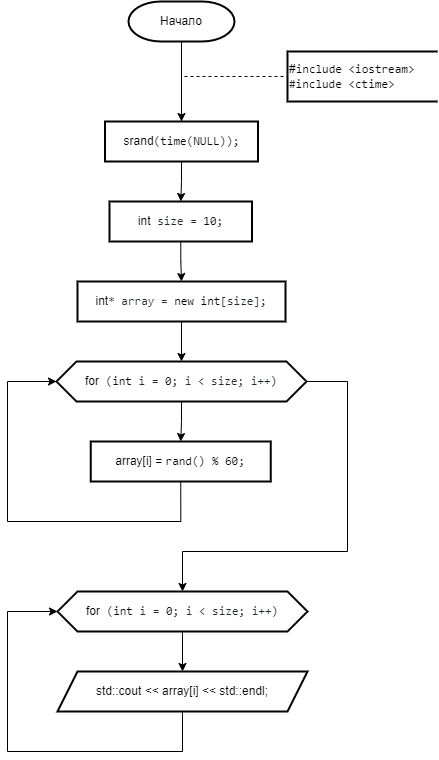
Earlier version of the draw.io export Labs/4 Лаба/№2 Работа с одномерными массивами.png (IlyaFedoseev227/LABS-PNRPU-IVT-22-1b). Source tidied: cells renumbered, new cells last; positions are measured from the earlier drawing's top-left corner, leaving out a move shared by most shapes.
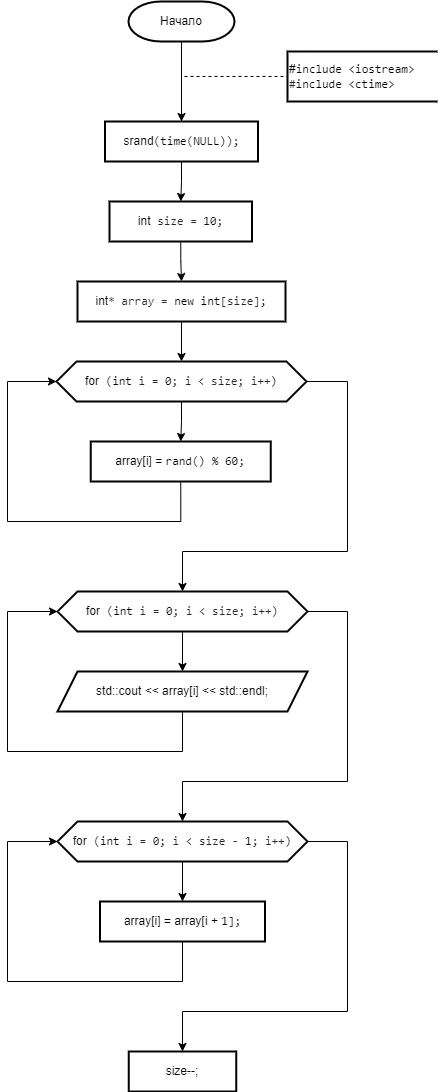
Above is the later version.

Change to the diagram source:
```diff
@@ -66,6 +66,15 @@
     <mxCell id="17" style="edgeStyle=orthogonalEdgeStyle;rounded=0;jettySize=auto;html=1;exitX=0.5;exitY=1;exitDx=0;exitDy=0;entryX=0.5;entryY=0;entryDx=0;entryDy=0;" parent="1" edge="1" source="18" target="20">
       <mxGeometry relative="1" as="geometry" />
     </mxCell>
+    <mxCell id="21" style="edgeStyle=orthogonalEdgeStyle;rounded=0;jettySize=auto;html=1;exitX=1;exitY=0.5;exitDx=0;exitDy=0;" parent="1" edge="1" source="18" target="24">
+      <mxGeometry relative="1" as="geometry">
+        <Array as="points">
+          <mxPoint x="340" y="610" />
+          <mxPoint x="340" y="780" />
+          <mxPoint x="175" y="780" />
+        </Array>
+      </mxGeometry>
+    </mxCell>
     <mxCell id="18" value="for&lt;span style=&quot;color: rgb(36, 41, 47); font-family: ui-monospace, SFMono-Regular, &amp;quot;SF Mono&amp;quot;, Menlo, Consolas, &amp;quot;Liberation Mono&amp;quot;, monospace; text-align: start; background-color: rgb(255, 255, 255);&quot;&gt; (&lt;/span&gt;&lt;span style=&quot;box-sizing: border-box; color: var(--color-prettylights-syntax-keyword); font-family: ui-monospace, SFMono-Regular, &amp;quot;SF Mono&amp;quot;, Menlo, Consolas, &amp;quot;Liberation Mono&amp;quot;, monospace; text-align: start; background-color: rgb(255, 255, 255);&quot; class=&quot;pl-k&quot;&gt;int&lt;/span&gt;&lt;span style=&quot;color: rgb(36, 41, 47); font-family: ui-monospace, SFMono-Regular, &amp;quot;SF Mono&amp;quot;, Menlo, Consolas, &amp;quot;Liberation Mono&amp;quot;, monospace; text-align: start; background-color: rgb(255, 255, 255);&quot;&gt; i = &lt;/span&gt;&lt;span style=&quot;box-sizing: border-box; color: var(--color-prettylights-syntax-constant); font-family: ui-monospace, SFMono-Regular, &amp;quot;SF Mono&amp;quot;, Menlo, Consolas, &amp;quot;Liberation Mono&amp;quot;, monospace; text-align: start; background-color: rgb(255, 255, 255);&quot; class=&quot;pl-c1&quot;&gt;0&lt;/span&gt;&lt;span style=&quot;color: rgb(36, 41, 47); font-family: ui-monospace, SFMono-Regular, &amp;quot;SF Mono&amp;quot;, Menlo, Consolas, &amp;quot;Liberation Mono&amp;quot;, monospace; text-align: start; background-color: rgb(255, 255, 255);&quot;&gt;; i &amp;lt; size; i++)&lt;/span&gt;" style="shape=hexagon;perimeter=hexagonPerimeter2;whiteSpace=wrap;html=1;fixedSize=1;strokeWidth=2;" parent="1" vertex="1">
       <mxGeometry x="50" y="590" width="250" height="40" as="geometry" />
     </mxCell>
@@ -81,5 +90,35 @@
     <mxCell id="20" value="&lt;div style=&quot;text-align: start;&quot;&gt;std::cout &amp;lt;&amp;lt; array[i] &amp;lt;&amp;lt; std::endl;&lt;br&gt;&lt;/div&gt;" style="shape=parallelogram;perimeter=parallelogramPerimeter;whiteSpace=wrap;html=1;fixedSize=1;strokeWidth=2;size=20;" parent="1" vertex="1">
       <mxGeometry x="50" y="670" width="250" height="40" as="geometry" />
     </mxCell>
+    <mxCell id="22" style="edgeStyle=orthogonalEdgeStyle;rounded=0;jettySize=auto;html=1;exitX=0.5;exitY=1;exitDx=0;exitDy=0;entryX=0.5;entryY=0;entryDx=0;entryDy=0;" parent="1" edge="1" source="24" target="26">
+      <mxGeometry relative="1" as="geometry" />
+    </mxCell>
+    <mxCell id="23" style="edgeStyle=orthogonalEdgeStyle;rounded=0;jettySize=auto;html=1;exitX=1;exitY=0.5;exitDx=0;exitDy=0;entryX=0.5;entryY=0;entryDx=0;entryDy=0;" parent="1" edge="1" source="24" target="27">
+      <mxGeometry relative="1" as="geometry">
+        <Array as="points">
+          <mxPoint x="340" y="840" />
+          <mxPoint x="340" y="1010" />
+          <mxPoint x="175" y="1010" />
+        </Array>
+      </mxGeometry>
+    </mxCell>
+    <mxCell id="24" value="for&lt;span style=&quot;color: rgb(36, 41, 47); font-family: ui-monospace, SFMono-Regular, &amp;quot;SF Mono&amp;quot;, Menlo, Consolas, &amp;quot;Liberation Mono&amp;quot;, monospace; text-align: start; background-color: rgb(255, 255, 255);&quot;&gt; (&lt;/span&gt;&lt;span style=&quot;box-sizing: border-box; color: var(--color-prettylights-syntax-keyword); font-family: ui-monospace, SFMono-Regular, &amp;quot;SF Mono&amp;quot;, Menlo, Consolas, &amp;quot;Liberation Mono&amp;quot;, monospace; text-align: start; background-color: rgb(255, 255, 255);&quot; class=&quot;pl-k&quot;&gt;int&lt;/span&gt;&lt;span style=&quot;color: rgb(36, 41, 47); font-family: ui-monospace, SFMono-Regular, &amp;quot;SF Mono&amp;quot;, Menlo, Consolas, &amp;quot;Liberation Mono&amp;quot;, monospace; text-align: start; background-color: rgb(255, 255, 255);&quot;&gt; i = &lt;/span&gt;&lt;span style=&quot;box-sizing: border-box; color: var(--color-prettylights-syntax-constant); font-family: ui-monospace, SFMono-Regular, &amp;quot;SF Mono&amp;quot;, Menlo, Consolas, &amp;quot;Liberation Mono&amp;quot;, monospace; text-align: start; background-color: rgb(255, 255, 255);&quot; class=&quot;pl-c1&quot;&gt;0&lt;/span&gt;&lt;span style=&quot;color: rgb(36, 41, 47); font-family: ui-monospace, SFMono-Regular, &amp;quot;SF Mono&amp;quot;, Menlo, Consolas, &amp;quot;Liberation Mono&amp;quot;, monospace; text-align: start; background-color: rgb(255, 255, 255);&quot;&gt;; i &amp;lt; size - &lt;/span&gt;&lt;span style=&quot;box-sizing: border-box; color: var(--color-prettylights-syntax-constant); font-family: ui-monospace, SFMono-Regular, &amp;quot;SF Mono&amp;quot;, Menlo, Consolas, &amp;quot;Liberation Mono&amp;quot;, monospace; text-align: start; background-color: rgb(255, 255, 255);&quot; class=&quot;pl-c1&quot;&gt;1&lt;/span&gt;&lt;span style=&quot;color: rgb(36, 41, 47); font-family: ui-monospace, SFMono-Regular, &amp;quot;SF Mono&amp;quot;, Menlo, Consolas, &amp;quot;Liberation Mono&amp;quot;, monospace; text-align: start; background-color: rgb(255, 255, 255);&quot;&gt;; i++)&lt;/span&gt;" style="shape=hexagon;perimeter=hexagonPerimeter2;whiteSpace=wrap;html=1;fixedSize=1;strokeWidth=2;" parent="1" vertex="1">
+      <mxGeometry x="50" y="820" width="250" height="40" as="geometry" />
+    </mxCell>
+    <mxCell id="25" style="edgeStyle=orthogonalEdgeStyle;rounded=0;jettySize=auto;html=1;exitX=0.5;exitY=1;exitDx=0;exitDy=0;entryX=0;entryY=0.5;entryDx=0;entryDy=0;" parent="1" edge="1" source="26" target="24">
+      <mxGeometry relative="1" as="geometry">
+        <Array as="points">
+          <mxPoint x="175" y="980" />
+          <mxPoint y="980" />
+          <mxPoint y="840" />
+        </Array>
+      </mxGeometry>
+    </mxCell>
+    <mxCell id="26" value="array[i] = array[i + &lt;span style=&quot;box-sizing: border-box; color: var(--color-prettylights-syntax-constant); font-family: ui-monospace, SFMono-Regular, &amp;quot;SF Mono&amp;quot;, Menlo, Consolas, &amp;quot;Liberation Mono&amp;quot;, monospace; text-align: start; background-color: rgb(255, 255, 255);&quot; class=&quot;pl-c1&quot;&gt;1&lt;/span&gt;&lt;span style=&quot;color: rgb(36, 41, 47); font-family: ui-monospace, SFMono-Regular, &amp;quot;SF Mono&amp;quot;, Menlo, Consolas, &amp;quot;Liberation Mono&amp;quot;, monospace; text-align: start; background-color: rgb(255, 255, 255);&quot;&gt;];&lt;/span&gt;" style="shape=parallelogram;perimeter=parallelogramPerimeter;whiteSpace=wrap;html=1;fixedSize=1;strokeWidth=2;size=-6;" parent="1" vertex="1">
+      <mxGeometry x="92.5" y="900" width="165" height="40" as="geometry" />
+    </mxCell>
+    <mxCell id="27" value="size--;  " style="shape=parallelogram;perimeter=parallelogramPerimeter;whiteSpace=wrap;html=1;fixedSize=1;strokeWidth=2;size=-6;" parent="1" vertex="1">
+      <mxGeometry x="121.2" y="1050" width="107.5" height="40" as="geometry" />
+    </mxCell>
   </root>
 </mxGraphModel>
```
